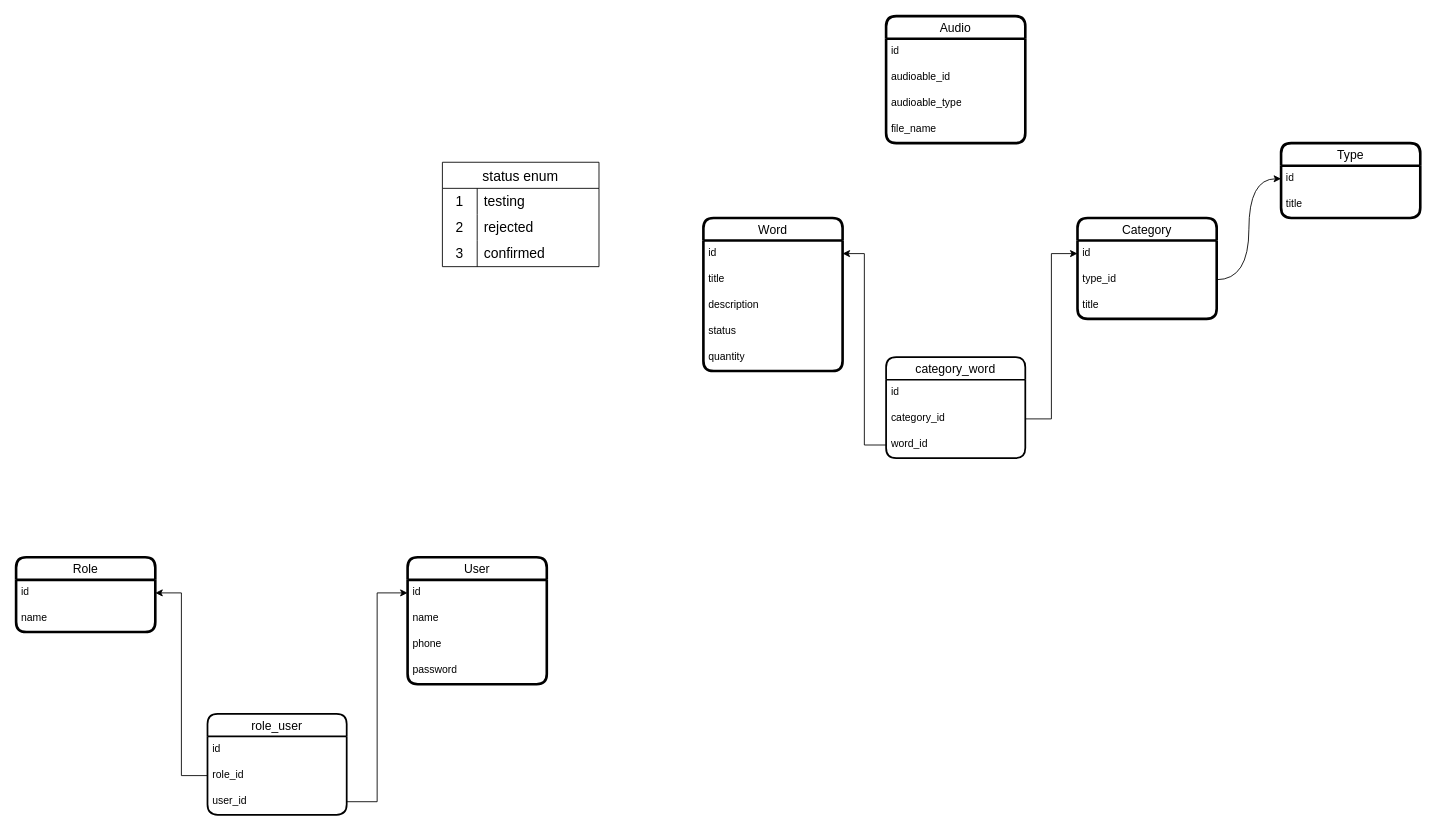
The draw.io diagram ts-backend.drawio in iztileuoff/databases, before the edit. Source tidied: cells renumbered, new cells numbered last; positions are measured from the earlier drawing's top-left corner, leaving out a move shared by most shapes. Both pictures are drawn from the tidied source at 87%, with x=0, y=0 at pixel (16, 16).
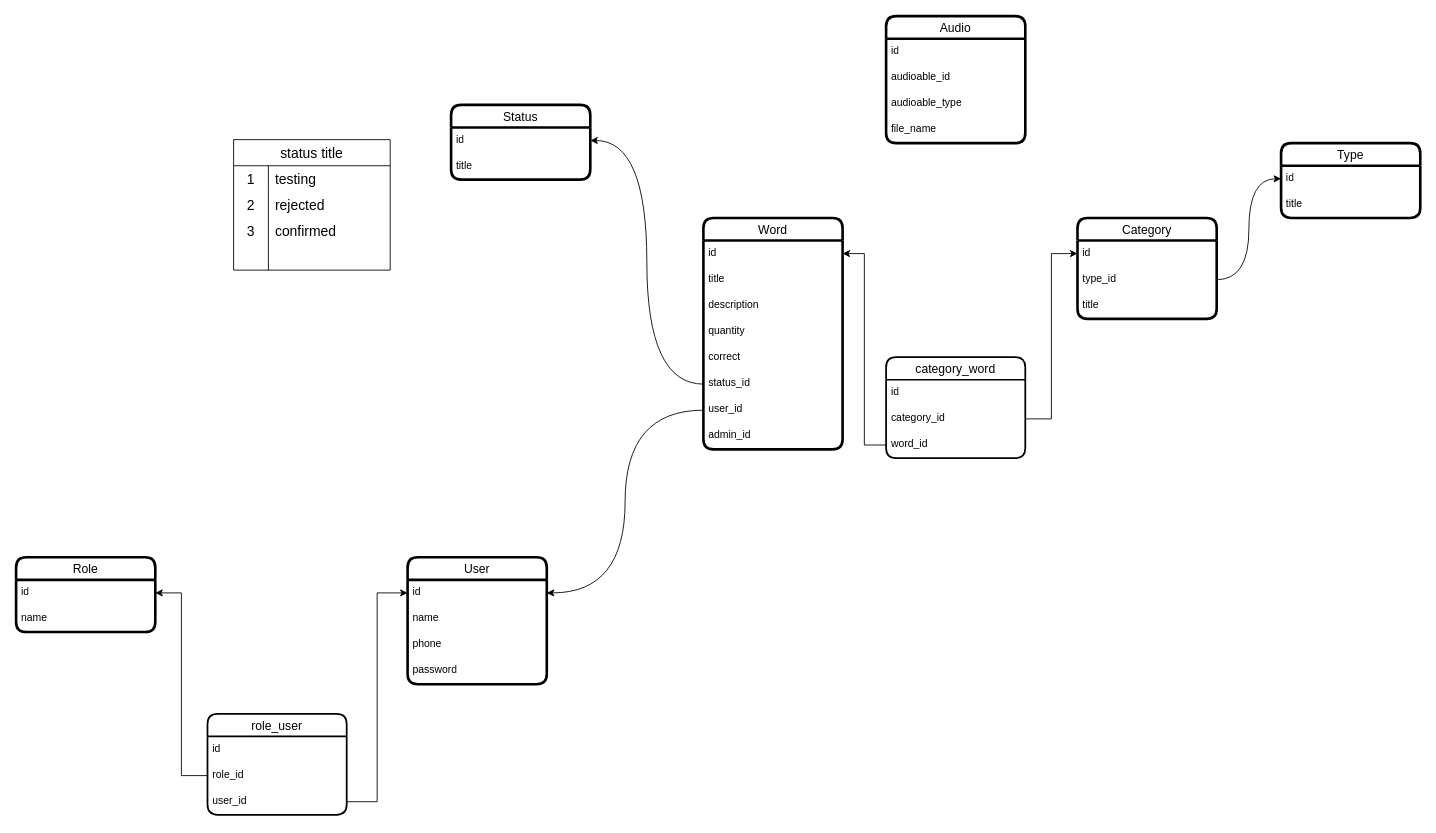
The same diagram, later.

The change refers to these unchanged cells:
```xml
<mxCell id="3" value="id" style="text;strokeColor=none;fillColor=none;spacingLeft=4;spacingRight=4;overflow=hidden;points=[[0,0.5],[1,0.5]];portConstraint=eastwest;fontSize=12;whiteSpace=wrap;html=1;" parent="2" vertex="1">
  <mxGeometry y="26" width="160" height="30" as="geometry" />
</mxCell>
```

The edit, as a diff of the source:
```diff
@@
     <mxCell id="15" value="Word" style="swimlane;fontStyle=0;horizontal=1;startSize=26;align=center;fontSize=14;rounded=1;strokeWidth=3;" parent="1" vertex="1">
-      <mxGeometry x="790" y="232" width="160" height="176" as="geometry" />
+      <mxGeometry x="790" y="232" width="160" height="266" as="geometry" />
     </mxCell>
@@
+    <mxCell id="20" value="quantity" style="text;strokeColor=none;fillColor=none;spacingLeft=4;spacingRight=4;overflow=hidden;fontSize=12;whiteSpace=wrap;html=1;" parent="15" vertex="1">
+      <mxGeometry y="116" width="160" height="30" as="geometry" />
+    </mxCell>
+    <mxCell id="51" value="correct" style="text;strokeColor=none;fillColor=none;spacingLeft=4;spacingRight=4;overflow=hidden;fontSize=12;whiteSpace=wrap;html=1;" parent="15" vertex="1">
+      <mxGeometry y="146" width="160" height="30" as="geometry" />
+    </mxCell>
-    <mxCell id="19" value="status" style="text;strokeColor=none;fillColor=none;spacingLeft=4;spacingRight=4;overflow=hidden;points=[[0,0.5],[1,0.5]];portConstraint=eastwest;fontSize=12;whiteSpace=wrap;html=1;" parent="15" vertex="1">
-      <mxGeometry y="116" width="160" height="30" as="geometry" />
+    <mxCell id="19" value="status_id" style="text;strokeColor=none;fillColor=none;spacingLeft=4;spacingRight=4;overflow=hidden;points=[[0,0.5],[1,0.5]];portConstraint=eastwest;fontSize=12;whiteSpace=wrap;html=1;" parent="15" vertex="1">
+      <mxGeometry y="176" width="160" height="30" as="geometry" />
     </mxCell>
-    <mxCell id="20" value="quantity" style="text;strokeColor=none;fillColor=none;spacingLeft=4;spacingRight=4;overflow=hidden;fontSize=12;whiteSpace=wrap;html=1;" parent="15" vertex="1">
-      <mxGeometry y="146" width="160" height="30" as="geometry" />
-    </mxCell>
+    <mxCell id="52" value="user_id" style="text;strokeColor=none;fillColor=none;spacingLeft=4;spacingRight=4;overflow=hidden;points=[[0,0.5],[1,0.5]];portConstraint=eastwest;fontSize=12;whiteSpace=wrap;html=1;" parent="15" vertex="1">
+      <mxGeometry y="206" width="160" height="30" as="geometry" />
+    </mxCell>
+    <mxCell id="53" value="admin_id" style="text;strokeColor=none;fillColor=none;spacingLeft=4;spacingRight=4;overflow=hidden;fontSize=12;whiteSpace=wrap;html=1;" parent="15" vertex="1">
+      <mxGeometry y="236" width="160" height="30" as="geometry" />
+    </mxCell>
@@
-    <mxCell id="36" value="status enum" style="shape=table;startSize=30;childLayout=tableLayout;rowLines=0;fontStyle=0;strokeColor=default;fontSize=16;" parent="1" vertex="1">
-      <mxGeometry x="490" y="168" width="180" height="120" as="geometry" />
+    <mxCell id="36" value="status title" style="shape=table;startSize=30;childLayout=tableLayout;rowLines=0;fontStyle=0;strokeColor=default;fontSize=16;" parent="1" vertex="1">
+      <mxGeometry x="250" y="142" width="180" height="150" as="geometry" />
     </mxCell>
@@
+    <mxCell id="54" style="shape=tableRow;horizontal=0;startSize=0;swimlaneHead=0;swimlaneBody=0;top=0;left=0;bottom=0;right=0;fillColor=none;strokeColor=inherit;fontSize=16;" parent="36" vertex="1">
+      <mxGeometry y="120" width="180" height="30" as="geometry" />
+    </mxCell>
+    <mxCell id="55" style="shape=partialRectangle;html=1;whiteSpace=wrap;fillColor=none;top=0;left=0;bottom=0;right=0;overflow=hidden;strokeColor=inherit;fontSize=16;" parent="54" vertex="1">
+      <mxGeometry width="40" height="30" as="geometry" />
+    </mxCell>
+    <mxCell id="56" style="shape=partialRectangle;html=1;whiteSpace=wrap;fillColor=none;top=0;left=0;bottom=0;right=0;align=left;spacingLeft=6;overflow=hidden;strokeColor=inherit;fontSize=16;" parent="54" vertex="1">
+      <mxGeometry x="40" width="140" height="30" as="geometry" />
+    </mxCell>
@@
+    <mxCell id="57" value="Status" style="swimlane;fontStyle=0;horizontal=1;startSize=26;align=center;fontSize=14;rounded=1;strokeWidth=3;" parent="1" vertex="1">
+      <mxGeometry x="500" y="102" width="160" height="86" as="geometry" />
+    </mxCell>
+    <mxCell id="58" value="id" style="text;strokeColor=none;fillColor=none;spacingLeft=4;spacingRight=4;overflow=hidden;points=[[0,0.5],[1,0.5]];portConstraint=eastwest;fontSize=12;whiteSpace=wrap;html=1;" parent="57" vertex="1">
+      <mxGeometry y="26" width="160" height="30" as="geometry" />
+    </mxCell>
+    <mxCell id="59" value="title" style="text;strokeColor=none;fillColor=none;spacingLeft=4;spacingRight=4;overflow=hidden;fontSize=12;whiteSpace=wrap;html=1;" parent="57" vertex="1">
+      <mxGeometry y="56" width="160" height="30" as="geometry" />
+    </mxCell>
+    <mxCell id="60" style="edgeStyle=orthogonalEdgeStyle;rounded=0;jettySize=auto;html=1;entryX=1;entryY=0.5;entryDx=0;entryDy=0;curved=1;" parent="1" edge="1" source="19" target="58">
+      <mxGeometry relative="1" as="geometry" />
+    </mxCell>
+    <mxCell id="61" style="edgeStyle=orthogonalEdgeStyle;rounded=0;jettySize=auto;html=1;curved=1;" parent="1" edge="1" source="52" target="3">
+      <mxGeometry relative="1" as="geometry" />
+    </mxCell>
```
